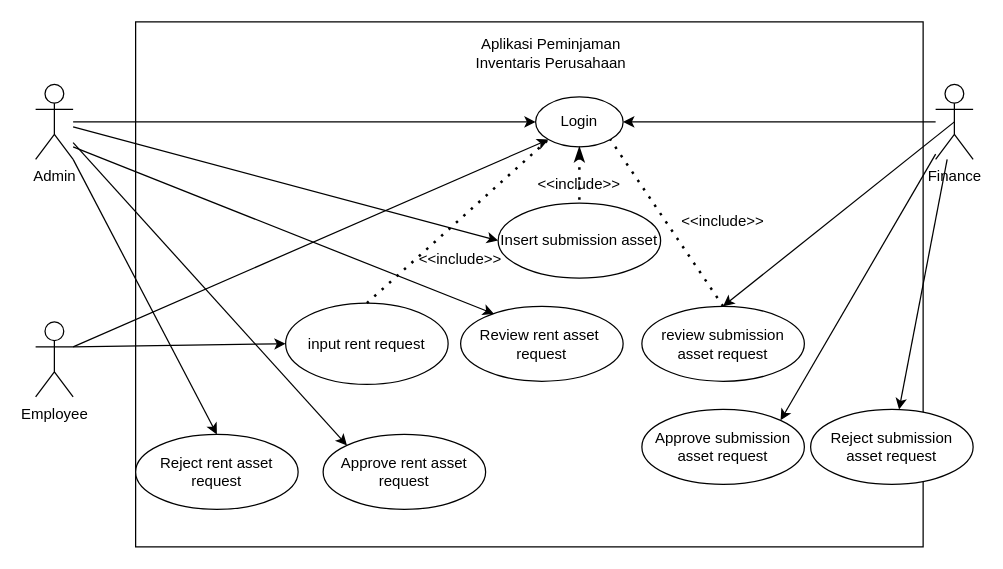
The draw.io diagram page "usecase diagram" (2 of 3) of Untitled Diagram.drawio in alifandartaa/BPMN-MCC72, before the edit. Source tidied: cells renumbered, new cells numbered last; positions are measured from the earlier drawing's top-left corner, leaving out a move shared by most shapes. Both pictures are drawn from the tidied source at 125%, with x=0, y=0 at pixel (35, 21).
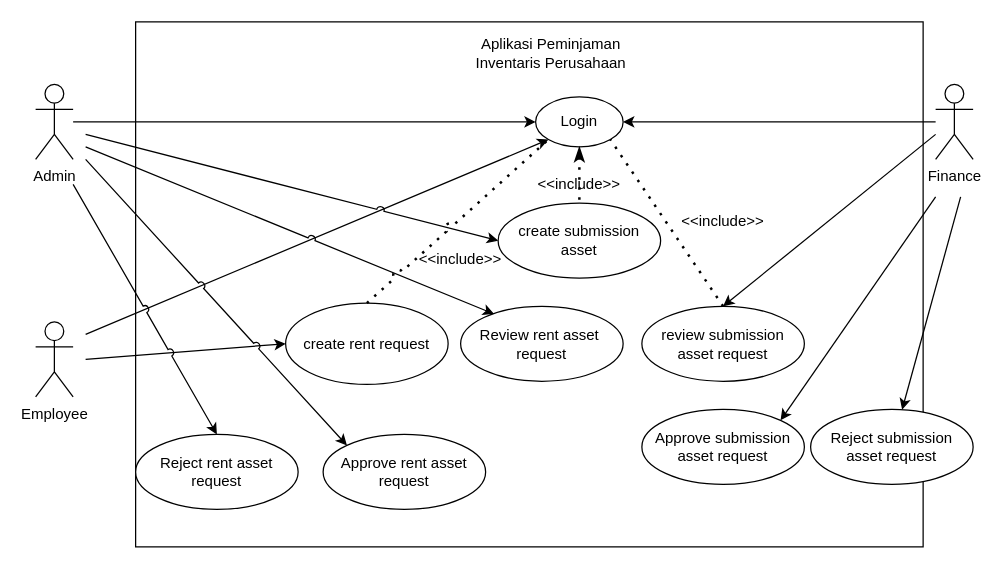
Above is the later version.

Unchanged cells that the change refers to:
```xml
<mxCell id="3" value="Admin" style="shape=umlActor;verticalLabelPosition=bottom;verticalAlign=top;html=1;outlineConnect=0;" parent="1" vertex="1">
  <mxGeometry y="50" width="30" height="60" as="geometry" />
</mxCell>
<mxCell id="4" value="Finance" style="shape=umlActor;verticalLabelPosition=bottom;verticalAlign=top;html=1;outlineConnect=0;" parent="1" vertex="1">
  <mxGeometry x="720" y="50" width="30" height="60" as="geometry" />
</mxCell>
<mxCell id="5" value="Login" style="ellipse;whiteSpace=wrap;html=1;" parent="1" vertex="1">
  <mxGeometry x="400" y="60" width="70" height="40" as="geometry" />
</mxCell>
<mxCell id="6" value="Employee" style="shape=umlActor;verticalLabelPosition=bottom;verticalAlign=top;html=1;outlineConnect=0;" parent="1" vertex="1">
  <mxGeometry y="240" width="30" height="60" as="geometry" />
</mxCell>
<mxCell id="7" value="Review rent asset&amp;nbsp;&lt;br&gt;request" style="ellipse;whiteSpace=wrap;html=1;" parent="1" vertex="1">
  <mxGeometry x="340" y="227.5" width="130" height="60" as="geometry" />
</mxCell>
<mxCell id="8" value="Approve submission asset request" style="ellipse;whiteSpace=wrap;html=1;" parent="1" vertex="1">
  <mxGeometry x="485" y="310" width="130" height="60" as="geometry" />
</mxCell>
<mxCell id="9" value="Reject submission asset request" style="ellipse;whiteSpace=wrap;html=1;" parent="1" vertex="1">
  <mxGeometry x="620" y="310" width="130" height="60" as="geometry" />
</mxCell>
<mxCell id="11" value="Approve rent asset request" style="ellipse;whiteSpace=wrap;html=1;" parent="1" vertex="1">
  <mxGeometry x="230" y="330" width="130" height="60" as="geometry" />
</mxCell>
<mxCell id="13" value="Reject rent asset request" style="ellipse;whiteSpace=wrap;html=1;" parent="1" vertex="1">
  <mxGeometry x="80" y="330" width="130" height="60" as="geometry" />
</mxCell>
<mxCell id="14" value="review submission asset request" style="ellipse;whiteSpace=wrap;html=1;" parent="1" vertex="1">
  <mxGeometry x="485" y="227.5" width="130" height="60" as="geometry" />
</mxCell>
```

Change to the diagram source:
```diff
@@
-    <mxCell id="10" value="Insert submission asset" style="ellipse;whiteSpace=wrap;html=1;" parent="1" vertex="1">
+    <mxCell id="10" value="create submission asset" style="ellipse;whiteSpace=wrap;html=1;" parent="1" vertex="1">
       <mxGeometry x="370" y="145" width="130" height="60" as="geometry" />
     </mxCell>
@@
-    <mxCell id="12" value="input rent request" style="ellipse;whiteSpace=wrap;html=1;" parent="1" vertex="1">
+    <mxCell id="12" value="create rent request" style="ellipse;whiteSpace=wrap;html=1;" parent="1" vertex="1">
       <mxGeometry x="200" y="225" width="130" height="65" as="geometry" />
     </mxCell>
@@
-    <mxCell id="15" style="endArrow=classic;html=1;rounded=0;entryX=0;entryY=1;entryDx=0;entryDy=0;exitX=1;exitY=0.3333333333333333;exitDx=0;exitDy=0;exitPerimeter=0;" parent="1" edge="1" source="6" target="5">
-      <mxGeometry relative="1" as="geometry" />
+    <mxCell id="15" style="endArrow=classic;html=1;rounded=0;entryX=0;entryY=1;entryDx=0;entryDy=0;jumpStyle=arc;" parent="1" edge="1" target="5">
+      <mxGeometry relative="1" as="geometry">
+        <mxPoint x="40" y="250" as="sourcePoint" />
+      </mxGeometry>
     </mxCell>
-    <mxCell id="16" style="endArrow=classic;html=1;rounded=0;exitX=1;exitY=0.3333333333333333;exitDx=0;exitDy=0;exitPerimeter=0;entryX=0;entryY=0.5;entryDx=0;entryDy=0;" parent="1" edge="1" source="6" target="12">
-      <mxGeometry relative="1" as="geometry" />
+    <mxCell id="16" style="endArrow=classic;html=1;rounded=0;entryX=0;entryY=0.5;entryDx=0;entryDy=0;" parent="1" edge="1" target="12">
+      <mxGeometry relative="1" as="geometry">
+        <mxPoint x="40" y="270" as="sourcePoint" />
+      </mxGeometry>
     </mxCell>
-    <mxCell id="17" style="endArrow=classic;html=1;rounded=0;entryX=0;entryY=0.5;entryDx=0;entryDy=0;" parent="1" edge="1" source="3" target="5">
+    <mxCell id="17" style="endArrow=classic;html=1;rounded=0;entryX=0;entryY=0.5;entryDx=0;entryDy=0;jumpStyle=arc;" parent="1" edge="1" source="3" target="5">
       <mxGeometry relative="1" as="geometry" />
     </mxCell>
-    <mxCell id="18" style="endArrow=classic;html=1;rounded=0;entryX=0;entryY=0.5;entryDx=0;entryDy=0;" parent="1" edge="1" source="3" target="10">
-      <mxGeometry relative="1" as="geometry" />
+    <mxCell id="18" style="endArrow=classic;html=1;rounded=0;entryX=0;entryY=0.5;entryDx=0;entryDy=0;jumpStyle=arc;" parent="1" edge="1" target="10">
+      <mxGeometry relative="1" as="geometry">
+        <mxPoint x="40" y="90" as="sourcePoint" />
+      </mxGeometry>
     </mxCell>
@@
-    <mxCell id="21" style="endArrow=classic;html=1;rounded=0;entryX=0.206;entryY=0.103;entryDx=0;entryDy=0;entryPerimeter=0;" parent="1" edge="1" target="7">
+    <mxCell id="21" style="endArrow=classic;html=1;rounded=0;entryX=0.206;entryY=0.103;entryDx=0;entryDy=0;entryPerimeter=0;jumpStyle=arc;" parent="1" edge="1" target="7">
       <mxGeometry relative="1" as="geometry">
-        <mxPoint x="30" y="100" as="sourcePoint" />
+        <mxPoint x="40" y="100" as="sourcePoint" />
       </mxGeometry>
     </mxCell>
-    <mxCell id="22" style="endArrow=none;dashed=1;html=1;dashPattern=1 3;strokeWidth=2;rounded=0;exitX=0.5;exitY=0;exitDx=0;exitDy=0;entryX=0;entryY=1;entryDx=0;entryDy=0;" parent="1" edge="1" source="12" target="5">
+    <mxCell id="22" style="endArrow=none;dashed=1;html=1;dashPattern=1 3;strokeWidth=2;rounded=0;exitX=0.5;exitY=0;exitDx=0;exitDy=0;entryX=0;entryY=1;entryDx=0;entryDy=0;jumpStyle=arc;" parent="1" edge="1" source="12" target="5">
       <mxGeometry relative="1" as="geometry" />
     </mxCell>
@@
-    <mxCell id="24" style="endArrow=classic;html=1;rounded=0;entryX=0;entryY=0;entryDx=0;entryDy=0;" parent="1" edge="1" source="3" target="11">
-      <mxGeometry relative="1" as="geometry" />
+    <mxCell id="24" style="endArrow=classic;html=1;rounded=0;entryX=0;entryY=0;entryDx=0;entryDy=0;jumpStyle=arc;" parent="1" edge="1" target="11">
+      <mxGeometry relative="1" as="geometry">
+        <mxPoint x="40" y="110" as="sourcePoint" />
+      </mxGeometry>
     </mxCell>
-    <mxCell id="25" style="endArrow=classic;html=1;rounded=0;entryX=0.5;entryY=0;entryDx=0;entryDy=0;exitX=1;exitY=1;exitDx=0;exitDy=0;exitPerimeter=0;" parent="1" edge="1" source="3" target="13">
-      <mxGeometry relative="1" as="geometry" />
+    <mxCell id="25" style="endArrow=classic;html=1;rounded=0;entryX=0.5;entryY=0;entryDx=0;entryDy=0;jumpStyle=arc;" parent="1" edge="1" target="13">
+      <mxGeometry relative="1" as="geometry">
+        <mxPoint x="30" y="130" as="sourcePoint" />
+      </mxGeometry>
     </mxCell>
-    <mxCell id="26" style="endArrow=classic;html=1;rounded=0;entryX=1;entryY=0.5;entryDx=0;entryDy=0;" parent="1" edge="1" source="4" target="5">
+    <mxCell id="26" style="endArrow=classic;html=1;rounded=0;entryX=1;entryY=0.5;entryDx=0;entryDy=0;jumpStyle=arc;" parent="1" edge="1" source="4" target="5">
       <mxGeometry relative="1" as="geometry" />
     </mxCell>
-    <mxCell id="27" style="endArrow=classic;html=1;rounded=0;exitX=0.5;exitY=0.5;exitDx=0;exitDy=0;exitPerimeter=0;entryX=0.5;entryY=0;entryDx=0;entryDy=0;" parent="1" edge="1" source="4" target="14">
-      <mxGeometry relative="1" as="geometry" />
+    <mxCell id="27" style="endArrow=classic;html=1;rounded=0;entryX=0.5;entryY=0;entryDx=0;entryDy=0;jumpStyle=arc;" parent="1" edge="1" target="14">
+      <mxGeometry relative="1" as="geometry">
+        <mxPoint x="720" y="90" as="sourcePoint" />
+      </mxGeometry>
     </mxCell>
-    <mxCell id="28" style="endArrow=none;dashed=1;html=1;dashPattern=1 3;strokeWidth=2;rounded=0;entryX=1;entryY=1;entryDx=0;entryDy=0;exitX=0.5;exitY=0;exitDx=0;exitDy=0;" parent="1" edge="1" source="14" target="5">
+    <mxCell id="28" style="endArrow=none;dashed=1;html=1;dashPattern=1 3;strokeWidth=2;rounded=0;entryX=1;entryY=1;entryDx=0;entryDy=0;exitX=0.5;exitY=0;exitDx=0;exitDy=0;jumpStyle=arc;" parent="1" edge="1" source="14" target="5">
       <mxGeometry relative="1" as="geometry" />
     </mxCell>
@@
-    <mxCell id="30" style="endArrow=classic;html=1;rounded=0;entryX=1;entryY=0;entryDx=0;entryDy=0;" parent="1" edge="1" source="4" target="8">
-      <mxGeometry relative="1" as="geometry" />
+    <mxCell id="30" style="endArrow=classic;html=1;rounded=0;entryX=1;entryY=0;entryDx=0;entryDy=0;jumpStyle=arc;" parent="1" edge="1" target="8">
+      <mxGeometry relative="1" as="geometry">
+        <mxPoint x="720" y="140" as="sourcePoint" />
+      </mxGeometry>
     </mxCell>
-    <mxCell id="31" style="endArrow=classic;html=1;rounded=0;" parent="1" edge="1" source="4" target="9">
-      <mxGeometry relative="1" as="geometry" />
+    <mxCell id="31" style="endArrow=classic;html=1;rounded=0;jumpStyle=arc;" parent="1" edge="1" target="9">
+      <mxGeometry relative="1" as="geometry">
+        <mxPoint x="740" y="140" as="sourcePoint" />
+      </mxGeometry>
     </mxCell>
```
